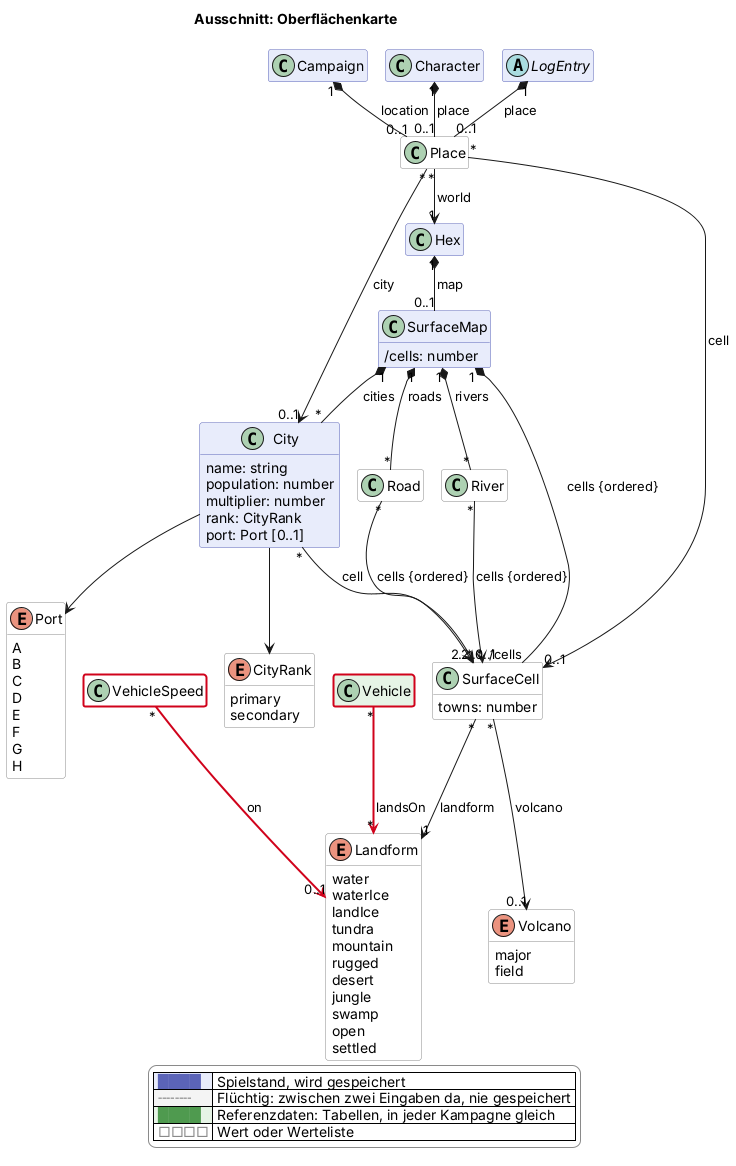
scuzzar/SRE keeps this PlantUML diagram as docs/views/oberflaeche.png. Above is the earlier version.
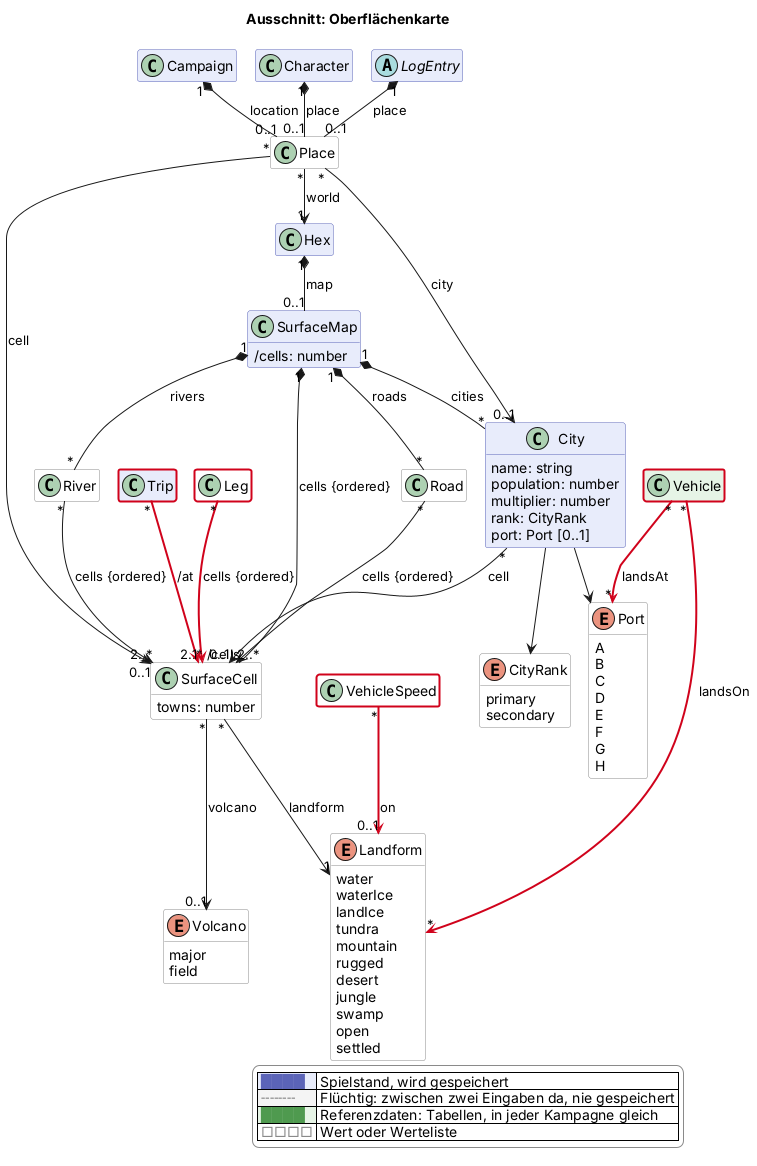
After the change.

The edit, as a diff of the source:
```diff
@@ -128,6 +128,8 @@
   }
   class Vehicle <<reference>> $logistik $newClass("2026-11-15")
   class VehicleSpeed <<value>> $logistik $newClass("2026-11-15")
+  class Trip $logistik $newClass("2026-11-15")
+  class Leg <<value>> $logistik $newClass("2026-11-15")
 
 Campaign "1" *-- "0..1" Place : location
 
@@ -153,6 +155,9 @@
 City --> Port
 VehicleSpeed "*" -$newArrow("2026-11-15")-> "0..1" Landform : on
 Vehicle "*" -$newArrow("2026-11-15")-> "*" Landform : landsOn
+Vehicle "*" -$newArrow("2026-11-15")-> "*" Port : landsAt
+Leg "*" -$newArrow("2026-11-15")-> "2..*" SurfaceCell : cells {ordered}
+Trip "*" -$newArrow("2026-11-15")-> "1" SurfaceCell : /at
 
 
 
```
